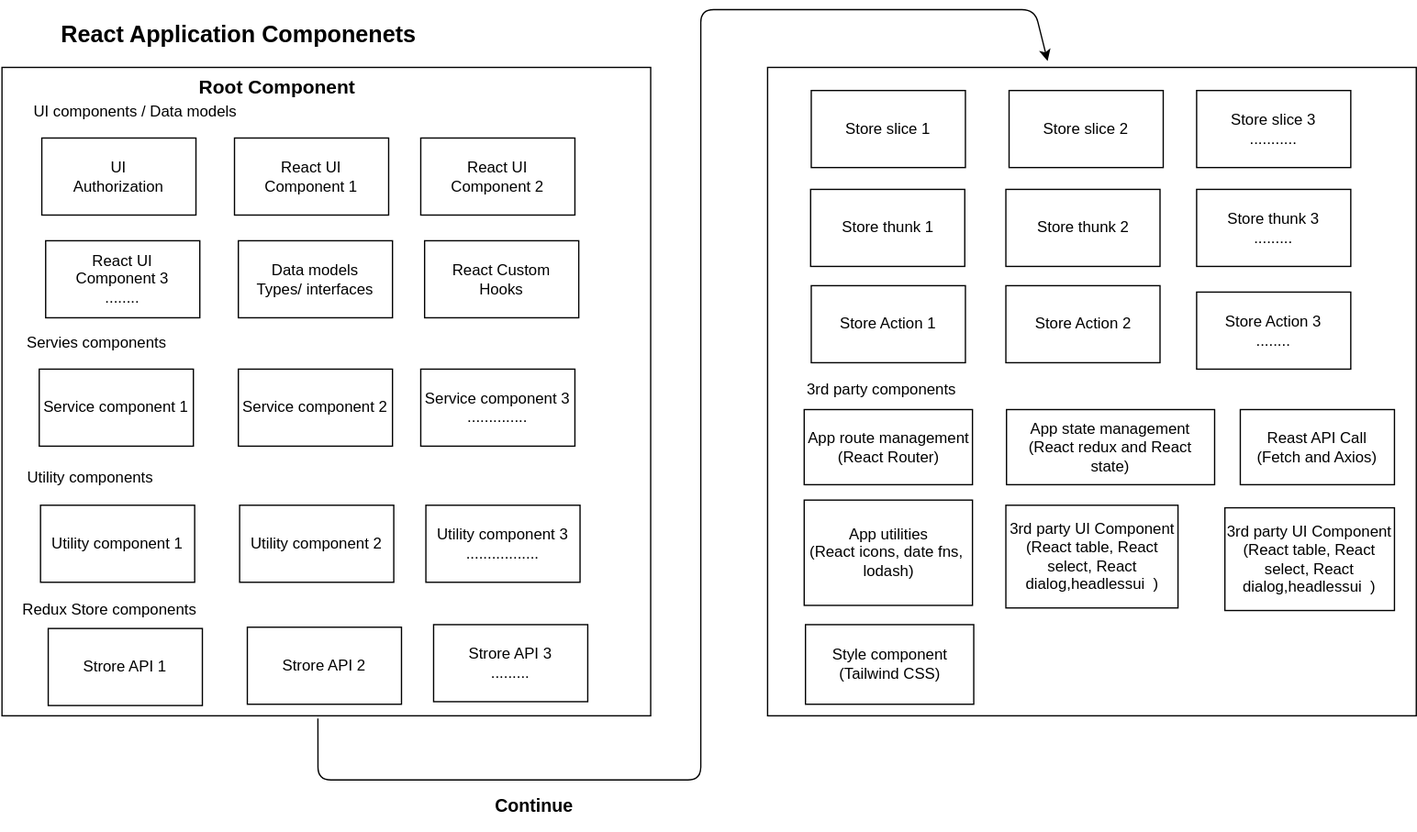
Before: design/React-application-components.drawio.svg, a diagram exported from draw.io (ranksahoo/rect-typescript-redux-jest). Source tidied: cells renumbered, new cells last; positions are measured from the earlier drawing's top-left corner, leaving out a move shared by most shapes. Source of this version:
```xml
<mxGraphModel>
  <root>
    <mxCell id="0" />
    <mxCell id="1" parent="0" />
    <mxCell id="2" style="whiteSpace=wrap;html=1;fontStyle=1;" parent="1" vertex="1">
      <mxGeometry x="1" y="45" width="505" height="505" as="geometry" />
    </mxCell>
    <mxCell id="3" style="edgeStyle=none;html=1;" parent="1" edge="1" source="4" target="26">
      <mxGeometry relative="1" as="geometry" />
    </mxCell>
    <mxCell id="4" value="React Application Componenets" style="text;strokeColor=none;fillColor=none;html=1;fontSize=18;fontStyle=1;verticalAlign=middle;align=center;" parent="1" vertex="1">
      <mxGeometry x="15" width="340" height="40" as="geometry" />
    </mxCell>
    <mxCell id="5" value="UI &lt;br&gt;Authorization" style="rounded=0;whiteSpace=wrap;html=1;" parent="1" vertex="1">
      <mxGeometry x="32" y="100" width="120" height="60" as="geometry" />
    </mxCell>
    <mxCell id="6" value="React UI &lt;br&gt;Component 1" style="rounded=0;whiteSpace=wrap;html=1;" parent="1" vertex="1">
      <mxGeometry x="182" y="100" width="120" height="60" as="geometry" />
    </mxCell>
    <mxCell id="7" value="React UI &lt;br&gt;Component 2" style="rounded=0;whiteSpace=wrap;html=1;" parent="1" vertex="1">
      <mxGeometry x="327" y="100" width="120" height="60" as="geometry" />
    </mxCell>
    <mxCell id="8" value="Strore API 3&lt;br&gt;........." style="rounded=0;whiteSpace=wrap;html=1;" parent="1" vertex="1">
      <mxGeometry x="337" y="479" width="120" height="60" as="geometry" />
    </mxCell>
    <mxCell id="9" value="Data models&lt;br&gt;Types/ interfaces" style="rounded=0;whiteSpace=wrap;html=1;" parent="1" vertex="1">
      <mxGeometry x="185" y="180" width="120" height="60" as="geometry" />
    </mxCell>
    <object id="10" label="Servies components" name="Variable" placeholders="1">
      <mxCell style="text;html=1;strokeColor=none;fillColor=none;align=center;verticalAlign=middle;whiteSpace=wrap;overflow=hidden;" parent="1" vertex="1">
        <mxGeometry x="5" y="250" width="140" height="20" as="geometry" />
      </mxCell>
    </object>
    <mxCell id="11" value="Service component 1" style="rounded=0;whiteSpace=wrap;html=1;" parent="1" vertex="1">
      <mxGeometry x="30" y="280" width="120" height="60" as="geometry" />
    </mxCell>
    <mxCell id="12" value="Service component 2" style="rounded=0;whiteSpace=wrap;html=1;" parent="1" vertex="1">
      <mxGeometry x="185" y="280" width="120" height="60" as="geometry" />
    </mxCell>
    <mxCell id="13" value="Service component 3&lt;br&gt;.............." style="rounded=0;whiteSpace=wrap;html=1;" parent="1" vertex="1">
      <mxGeometry x="327" y="280" width="120" height="60" as="geometry" />
    </mxCell>
    <object id="14" label="UI components / Data models" name="Variable" placeholders="1">
      <mxCell style="text;html=1;strokeColor=none;fillColor=none;align=center;verticalAlign=middle;whiteSpace=wrap;overflow=hidden;" parent="1" vertex="1">
        <mxGeometry x="15" y="70" width="180" height="20" as="geometry" />
      </mxCell>
    </object>
    <mxCell id="15" style="whiteSpace=wrap;html=1;fontStyle=1;" parent="1" vertex="1">
      <mxGeometry x="597" y="45" width="505" height="505" as="geometry" />
    </mxCell>
    <mxCell id="16" value="Strore API 1" style="rounded=0;whiteSpace=wrap;html=1;" parent="1" vertex="1">
      <mxGeometry x="37" y="482" width="120" height="60" as="geometry" />
    </mxCell>
    <mxCell id="17" value="Strore API 2" style="rounded=0;whiteSpace=wrap;html=1;" parent="1" vertex="1">
      <mxGeometry x="192" y="481" width="120" height="60" as="geometry" />
    </mxCell>
    <object id="18" label="Redux Store components" name="Variable" placeholders="1">
      <mxCell style="text;html=1;strokeColor=none;fillColor=none;align=center;verticalAlign=middle;whiteSpace=wrap;overflow=hidden;" parent="1" vertex="1">
        <mxGeometry x="15" y="458" width="140" height="20" as="geometry" />
      </mxCell>
    </object>
    <mxCell id="19" value="React Custom &lt;br&gt;Hooks" style="rounded=0;whiteSpace=wrap;html=1;" parent="1" vertex="1">
      <mxGeometry x="330" y="180" width="120" height="60" as="geometry" />
    </mxCell>
    <object id="20" label="Utility components" name="Variable" placeholders="1">
      <mxCell style="text;html=1;strokeColor=none;fillColor=none;align=center;verticalAlign=middle;whiteSpace=wrap;overflow=hidden;" parent="1" vertex="1">
        <mxGeometry y="355" width="140" height="20" as="geometry" />
      </mxCell>
    </object>
    <mxCell id="21" value="Utility component 1" style="rounded=0;whiteSpace=wrap;html=1;" parent="1" vertex="1">
      <mxGeometry x="31" y="386" width="120" height="60" as="geometry" />
    </mxCell>
    <mxCell id="22" value="Utility component 2" style="rounded=0;whiteSpace=wrap;html=1;" parent="1" vertex="1">
      <mxGeometry x="186" y="386" width="120" height="60" as="geometry" />
    </mxCell>
    <mxCell id="23" value="Utility component 3&lt;br&gt;................." style="rounded=0;whiteSpace=wrap;html=1;" parent="1" vertex="1">
      <mxGeometry x="331" y="386" width="120" height="60" as="geometry" />
    </mxCell>
    <mxCell id="24" value="Reast API Call&lt;br&gt;(Fetch and Axios)" style="rounded=0;whiteSpace=wrap;html=1;" parent="1" vertex="1">
      <mxGeometry x="965" y="311.5" width="120" height="58.5" as="geometry" />
    </mxCell>
    <mxCell id="25" value="3rd party UI Component&lt;br&gt;(React table, React select, React dialog,headlessui&amp;nbsp; )" style="rounded=0;whiteSpace=wrap;html=1;" parent="1" vertex="1">
      <mxGeometry x="953" y="388" width="132" height="80" as="geometry" />
    </mxCell>
    <mxCell id="26" value="Root Component" style="text;strokeColor=none;fillColor=none;html=1;fontSize=15;fontStyle=1;verticalAlign=middle;align=center;" parent="1" vertex="1">
      <mxGeometry x="165" y="40" width="100" height="40" as="geometry" />
    </mxCell>
    <mxCell id="27" value="React UI &lt;br&gt;Component 3&lt;br&gt;........" style="rounded=0;whiteSpace=wrap;html=1;" parent="1" vertex="1">
      <mxGeometry x="35" y="180" width="120" height="60" as="geometry" />
    </mxCell>
    <mxCell id="28" value="Store thunk 1" style="rounded=0;whiteSpace=wrap;html=1;" parent="1" vertex="1">
      <mxGeometry x="630.5" y="140" width="120" height="60" as="geometry" />
    </mxCell>
    <mxCell id="29" value="Store thunk 2" style="rounded=0;whiteSpace=wrap;html=1;" parent="1" vertex="1">
      <mxGeometry x="782.5" y="140" width="120" height="60" as="geometry" />
    </mxCell>
    <mxCell id="30" value="Store Action 1" style="rounded=0;whiteSpace=wrap;html=1;" parent="1" vertex="1">
      <mxGeometry x="631" y="215" width="120" height="60" as="geometry" />
    </mxCell>
    <mxCell id="31" value="Store Action 2" style="rounded=0;whiteSpace=wrap;html=1;" parent="1" vertex="1">
      <mxGeometry x="782.5" y="215" width="120" height="60" as="geometry" />
    </mxCell>
    <mxCell id="32" value="Store slice 1" style="rounded=0;whiteSpace=wrap;html=1;" parent="1" vertex="1">
      <mxGeometry x="631" y="63" width="120" height="60" as="geometry" />
    </mxCell>
    <mxCell id="33" value="Store slice 2" style="rounded=0;whiteSpace=wrap;html=1;" parent="1" vertex="1">
      <mxGeometry x="785" y="63" width="120" height="60" as="geometry" />
    </mxCell>
    <object id="34" label="3rd party components" name="Variable" placeholders="1">
      <mxCell style="text;html=1;strokeColor=none;fillColor=none;align=center;verticalAlign=middle;whiteSpace=wrap;overflow=hidden;" parent="1" vertex="1">
        <mxGeometry x="620.5" y="278.5" width="130" height="35" as="geometry" />
      </mxCell>
    </object>
    <mxCell id="35" value="App route management&lt;br&gt;(React Router)" style="rounded=0;whiteSpace=wrap;html=1;" parent="1" vertex="1">
      <mxGeometry x="625.5" y="311.5" width="131" height="58.5" as="geometry" />
    </mxCell>
    <mxCell id="36" value="App state management&lt;br&gt;(React redux and React state)" style="rounded=0;whiteSpace=wrap;html=1;" parent="1" vertex="1">
      <mxGeometry x="783" y="311.5" width="162" height="58.5" as="geometry" />
    </mxCell>
    <mxCell id="37" value="App utilities&lt;br&gt;(React icons, date fns,&amp;nbsp; lodash)" style="rounded=0;whiteSpace=wrap;html=1;" parent="1" vertex="1">
      <mxGeometry x="625.5" y="382" width="131" height="82" as="geometry" />
    </mxCell>
    <mxCell id="38" value="3rd party UI Component&lt;br&gt;(React table, React select, React dialog,headlessui&amp;nbsp; )" style="rounded=0;whiteSpace=wrap;html=1;" parent="1" vertex="1">
      <mxGeometry x="782.5" y="386" width="134" height="80" as="geometry" />
    </mxCell>
    <mxCell id="39" value="Store slice 3&lt;br&gt;..........." style="rounded=0;whiteSpace=wrap;html=1;" parent="1" vertex="1">
      <mxGeometry x="931" y="63" width="120" height="60" as="geometry" />
    </mxCell>
    <mxCell id="40" value="Store thunk 3&lt;br&gt;........." style="rounded=0;whiteSpace=wrap;html=1;" parent="1" vertex="1">
      <mxGeometry x="931" y="140" width="120" height="60" as="geometry" />
    </mxCell>
    <mxCell id="41" value="Store Action 3&lt;br&gt;........" style="rounded=0;whiteSpace=wrap;html=1;" parent="1" vertex="1">
      <mxGeometry x="931" y="220" width="120" height="60" as="geometry" />
    </mxCell>
    <mxCell id="42" value="Style component&lt;br&gt;(Tailwind CSS)" style="rounded=0;whiteSpace=wrap;html=1;" parent="1" vertex="1">
      <mxGeometry x="626.5" y="479" width="131" height="62" as="geometry" />
    </mxCell>
    <mxCell id="43" style="edgeStyle=none;html=1;exitX=0.487;exitY=1.004;exitDx=0;exitDy=0;exitPerimeter=0;" parent="1" edge="1" source="2">
      <mxGeometry relative="1" as="geometry">
        <mxPoint x="815" y="40" as="targetPoint" />
        <Array as="points">
          <mxPoint x="247" y="600" />
          <mxPoint x="545" y="600" />
          <mxPoint x="545" />
          <mxPoint x="805" />
        </Array>
      </mxGeometry>
    </mxCell>
    <mxCell id="44" value="Continue" style="text;strokeColor=none;fillColor=none;html=1;fontSize=14;fontStyle=1;verticalAlign=middle;align=center;" parent="1" vertex="1">
      <mxGeometry x="365" y="600" width="100" height="40" as="geometry" />
    </mxCell>
  </root>
</mxGraphModel>
```
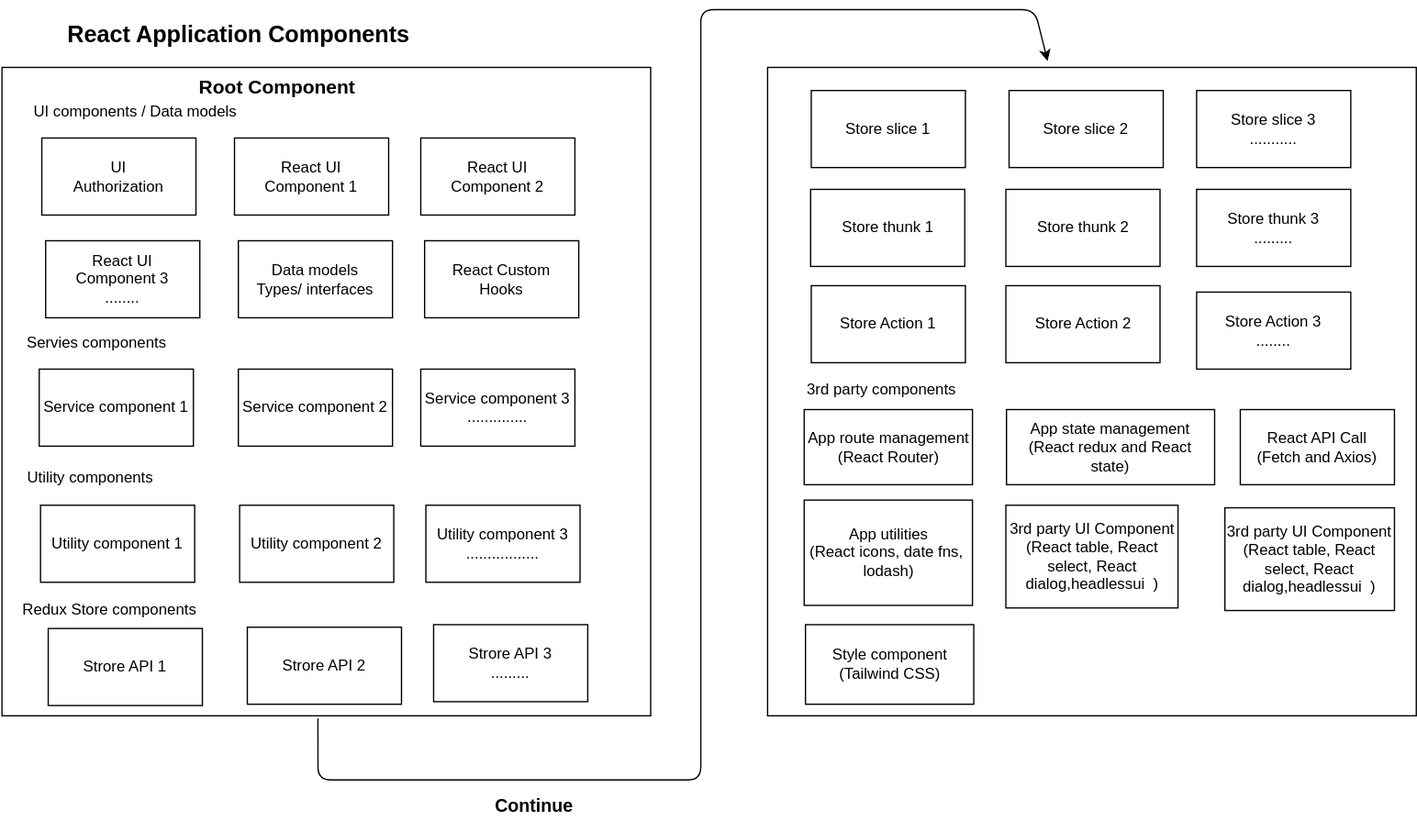
The same diagram one commit later.

The edit, as a diff of the source:
```diff
@@ -8,7 +8,7 @@
     <mxCell id="3" style="edgeStyle=none;html=1;" parent="1" edge="1" source="4" target="26">
       <mxGeometry relative="1" as="geometry" />
     </mxCell>
-    <mxCell id="4" value="React Application Componenets" style="text;strokeColor=none;fillColor=none;html=1;fontSize=18;fontStyle=1;verticalAlign=middle;align=center;" parent="1" vertex="1">
+    <mxCell id="4" value="React Application Components" style="text;strokeColor=none;fillColor=none;html=1;fontSize=18;fontStyle=1;verticalAlign=middle;align=center;" parent="1" vertex="1">
       <mxGeometry x="15" width="340" height="40" as="geometry" />
     </mxCell>
     <mxCell id="5" value="UI &lt;br&gt;Authorization" style="rounded=0;whiteSpace=wrap;html=1;" parent="1" vertex="1">
@@ -76,7 +76,7 @@
     <mxCell id="23" value="Utility component 3&lt;br&gt;................." style="rounded=0;whiteSpace=wrap;html=1;" parent="1" vertex="1">
       <mxGeometry x="331" y="386" width="120" height="60" as="geometry" />
     </mxCell>
-    <mxCell id="24" value="Reast API Call&lt;br&gt;(Fetch and Axios)" style="rounded=0;whiteSpace=wrap;html=1;" parent="1" vertex="1">
+    <mxCell id="24" value="React API Call&lt;br&gt;(Fetch and Axios)" style="rounded=0;whiteSpace=wrap;html=1;" parent="1" vertex="1">
       <mxGeometry x="965" y="311.5" width="120" height="58.5" as="geometry" />
     </mxCell>
     <mxCell id="25" value="3rd party UI Component&lt;br&gt;(React table, React select, React dialog,headlessui&amp;nbsp; )" style="rounded=0;whiteSpace=wrap;html=1;" parent="1" vertex="1">
```
